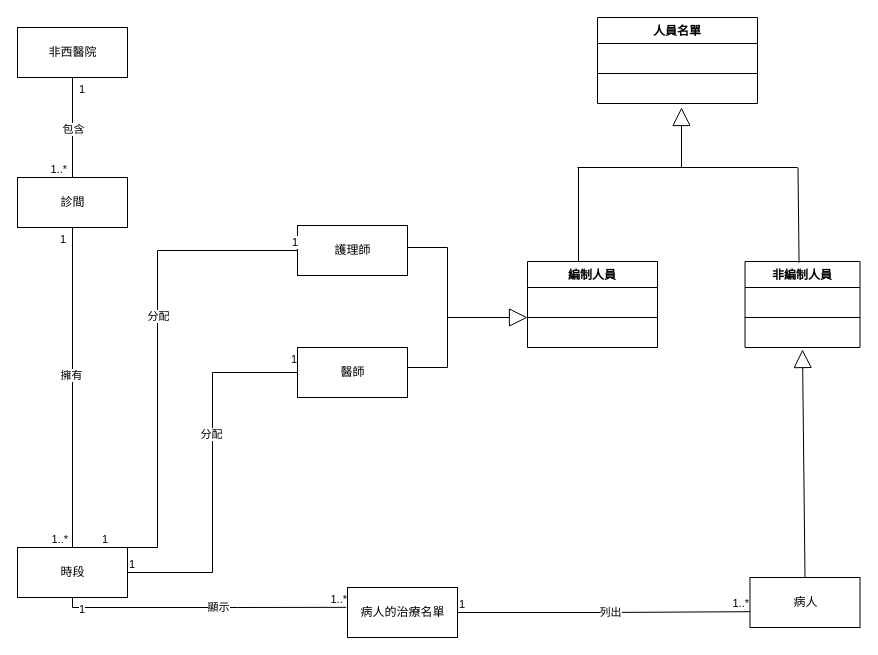
Earlier version of the draw.io diagram Clinic.drawio (35596035/110-2HW2). Source tidied: cells renumbered, new cells numbered last; positions are measured from the earlier drawing's top-left corner, leaving out a move shared by most shapes. Both pictures are drawn from the tidied source at 100%, with x=0, y=0 at pixel (17, 17).
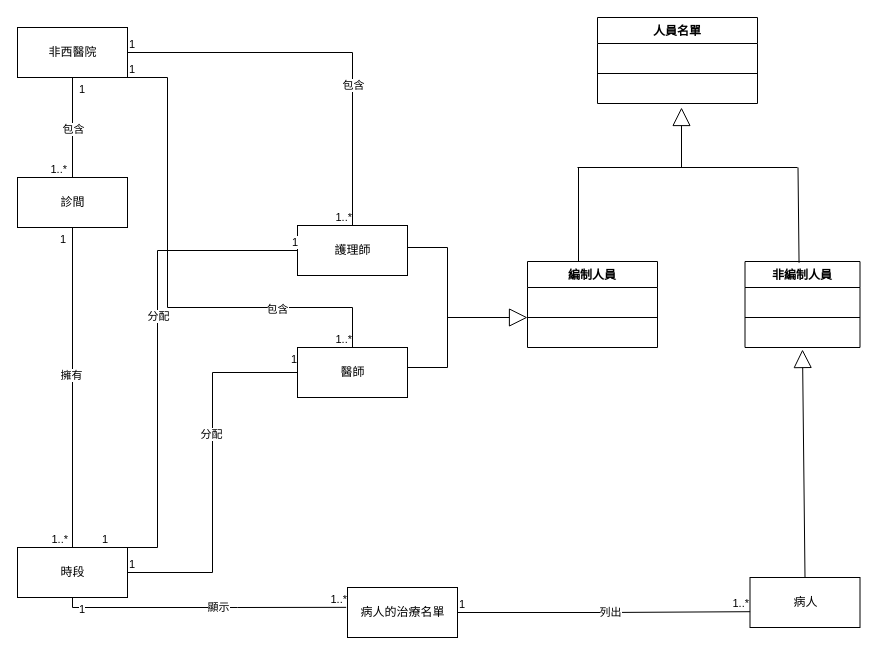
The same page after the edit.

The change refers to these unchanged cells:
```xml
<mxCell id="14" value="非西醫院" style="html=1;" parent="1" vertex="1">
  <mxGeometry y="10" width="110" height="50" as="geometry" />
</mxCell>
<mxCell id="16" value="醫師" style="html=1;" parent="1" vertex="1">
  <mxGeometry x="280" y="330" width="110" height="50" as="geometry" />
</mxCell>
<mxCell id="33" value="護理師" style="html=1;" parent="1" vertex="1">
  <mxGeometry x="280" y="208" width="110" height="50" as="geometry" />
</mxCell>
```

Change to the diagram source:
```diff
@@
+    <mxCell id="54" style="endArrow=none;html=1;edgeStyle=orthogonalEdgeStyle;rounded=0;exitX=1;exitY=0.5;exitDx=0;exitDy=0;entryX=0.5;entryY=0;entryDx=0;entryDy=0;" parent="1" edge="1" source="14" target="33">
+      <mxGeometry relative="1" as="geometry" />
+    </mxCell>
+    <mxCell id="55" value="1" style="edgeLabel;html=1;align=left;verticalAlign=bottom;" parent="54" vertex="1">
+      <mxGeometry x="-1" relative="1" as="geometry" />
+    </mxCell>
+    <mxCell id="56" value="1..*" style="edgeLabel;html=1;align=right;verticalAlign=bottom;" parent="54" vertex="1">
+      <mxGeometry x="1" relative="1" as="geometry" />
+    </mxCell>
+    <mxCell id="57" value="包含" style="edgeLabel;html=1;align=center;verticalAlign=middle;" parent="54" vertex="1">
+      <mxGeometry x="0.29" relative="1" as="geometry" />
+    </mxCell>
+    <mxCell id="58" style="endArrow=none;html=1;edgeStyle=orthogonalEdgeStyle;rounded=0;exitX=1;exitY=1;exitDx=0;exitDy=0;entryX=0.5;entryY=0;entryDx=0;entryDy=0;" parent="1" edge="1" source="14" target="16">
+      <mxGeometry relative="1" as="geometry">
+        <Array as="points">
+          <mxPoint x="150" y="60" />
+          <mxPoint x="150" y="290" />
+          <mxPoint x="335" y="290" />
+        </Array>
+      </mxGeometry>
+    </mxCell>
+    <mxCell id="59" value="1" style="edgeLabel;html=1;align=left;verticalAlign=bottom;" parent="58" vertex="1">
+      <mxGeometry x="-1" relative="1" as="geometry" />
+    </mxCell>
+    <mxCell id="60" value="1..*" style="edgeLabel;html=1;align=right;verticalAlign=bottom;" parent="58" vertex="1">
+      <mxGeometry x="1" relative="1" as="geometry" />
+    </mxCell>
+    <mxCell id="61" value="包含" style="edgeLabel;html=1;align=center;verticalAlign=middle;" parent="58" vertex="1">
+      <mxGeometry x="0.53" y="-1" relative="1" as="geometry" />
+    </mxCell>
```
